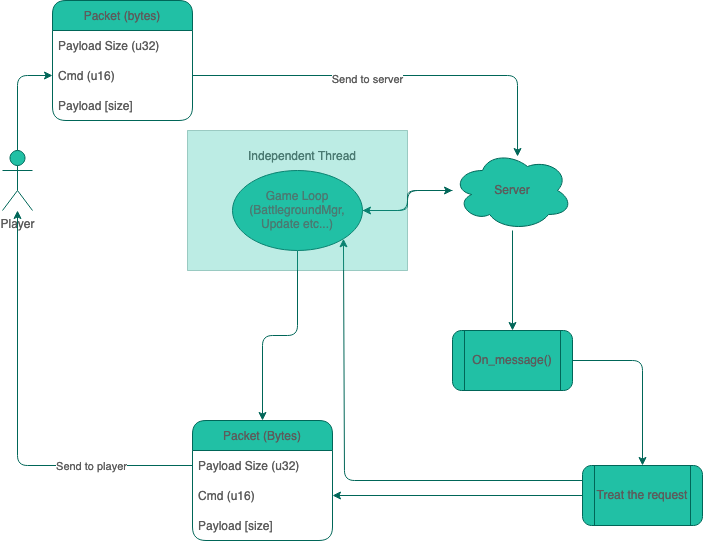
Before: doc/simple-description.png, a diagram exported from draw.io (netskillzgh/rollo). Source tidied: cells renumbered, new cells last; positions are measured from the earlier drawing's top-left corner, leaving out a move shared by most shapes. Source of this version:
```xml
<mxGraphModel>
  <root>
    <mxCell id="0" />
    <mxCell id="1" parent="0" />
    <mxCell id="2" style="edgeStyle=orthogonalEdgeStyle;jettySize=auto;html=1;entryX=0;entryY=0.5;entryDx=0;entryDy=0;strokeColor=#006658;fontColor=#5C5C5C;" parent="1" edge="1" source="3" target="9">
      <mxGeometry relative="1" as="geometry" />
    </mxCell>
    <mxCell id="3" value="Player" style="shape=umlActor;verticalLabelPosition=bottom;verticalAlign=top;html=1;outlineConnect=0;fillColor=#21C0A5;strokeColor=#006658;fontColor=#5C5C5C;rounded=1;" parent="1" vertex="1">
      <mxGeometry y="150" width="30" height="60" as="geometry" />
    </mxCell>
    <mxCell id="4" style="edgeStyle=orthogonalEdgeStyle;jettySize=auto;html=1;entryX=0.5;entryY=0;entryDx=0;entryDy=0;strokeColor=#006658;fontColor=#5C5C5C;" parent="1" edge="1" source="6" target="14">
      <mxGeometry relative="1" as="geometry" />
    </mxCell>
    <mxCell id="5" style="edgeStyle=orthogonalEdgeStyle;curved=0;rounded=1;sketch=0;jettySize=auto;html=1;fontColor=#5C5C5C;strokeColor=#006658;fillColor=#21C0A5;" parent="1" edge="1" source="6" target="26">
      <mxGeometry relative="1" as="geometry" />
    </mxCell>
    <mxCell id="6" value="Server" style="ellipse;shape=cloud;whiteSpace=wrap;html=1;fillColor=#21C0A5;strokeColor=#006658;fontColor=#5C5C5C;rounded=1;" parent="1" vertex="1">
      <mxGeometry x="450" y="150" width="120" height="80" as="geometry" />
    </mxCell>
    <mxCell id="7" value="Packet (bytes)" style="swimlane;fontStyle=0;horizontal=1;startSize=30;fillColor=#21C0A5;strokeColor=#006658;fontColor=#5C5C5C;rounded=1;" parent="1" vertex="1">
      <mxGeometry x="50" width="140" height="120" as="geometry" />
    </mxCell>
    <mxCell id="8" value="Payload Size (u32)" style="text;strokeColor=none;fillColor=none;align=left;verticalAlign=middle;spacingLeft=4;spacingRight=4;overflow=hidden;fontColor=#5C5C5C;rounded=1;" parent="7" vertex="1">
      <mxGeometry y="30" width="140" height="30" as="geometry" />
    </mxCell>
    <mxCell id="9" value="Cmd (u16)" style="text;strokeColor=none;fillColor=none;align=left;verticalAlign=middle;spacingLeft=4;spacingRight=4;overflow=hidden;points=[[0,0.5],[1,0.5]];portConstraint=eastwest;fontColor=#5C5C5C;rounded=1;" parent="7" vertex="1">
      <mxGeometry y="60" width="140" height="30" as="geometry" />
    </mxCell>
    <mxCell id="10" value="Payload [size]" style="text;strokeColor=none;fillColor=none;align=left;verticalAlign=middle;spacingLeft=4;spacingRight=4;overflow=hidden;fontColor=#5C5C5C;rounded=1;" parent="7" vertex="1">
      <mxGeometry y="90" width="140" height="30" as="geometry" />
    </mxCell>
    <mxCell id="11" style="edgeStyle=orthogonalEdgeStyle;jettySize=auto;html=1;entryX=0.542;entryY=0.075;entryDx=0;entryDy=0;entryPerimeter=0;strokeColor=#006658;fontColor=#5C5C5C;" parent="1" edge="1" source="9" target="6">
      <mxGeometry relative="1" as="geometry" />
    </mxCell>
    <mxCell id="12" value="Send to server" style="edgeLabel;html=1;align=center;verticalAlign=middle;fontColor=#5C5C5C;rounded=1;" parent="11" vertex="1">
      <mxGeometry x="-0.14" y="-3" relative="1" as="geometry" />
    </mxCell>
    <mxCell id="13" style="edgeStyle=orthogonalEdgeStyle;jettySize=auto;html=1;entryX=0.5;entryY=0;entryDx=0;entryDy=0;strokeColor=#006658;fontColor=#5C5C5C;" parent="1" edge="1" source="14" target="23">
      <mxGeometry relative="1" as="geometry" />
    </mxCell>
    <mxCell id="14" value="On_message()" style="shape=process;whiteSpace=wrap;html=1;backgroundOutline=1;fillColor=#21C0A5;strokeColor=#006658;fontColor=#5C5C5C;rounded=1;" parent="1" vertex="1">
      <mxGeometry x="450" y="330" width="120" height="60" as="geometry" />
    </mxCell>
    <mxCell id="15" value="Packet (Bytes)" style="swimlane;fontStyle=0;horizontal=1;startSize=30;fillColor=#21C0A5;strokeColor=#006658;fontColor=#5C5C5C;rounded=1;" parent="1" vertex="1">
      <mxGeometry x="190" y="420" width="140" height="120" as="geometry" />
    </mxCell>
    <mxCell id="16" value="Payload Size (u32)" style="text;strokeColor=none;fillColor=none;align=left;verticalAlign=middle;spacingLeft=4;spacingRight=4;overflow=hidden;points=[[0,0.5],[1,0.5]];portConstraint=eastwest;fontColor=#5C5C5C;rounded=1;" parent="15" vertex="1">
      <mxGeometry y="30" width="140" height="30" as="geometry" />
    </mxCell>
    <mxCell id="17" value="Cmd (u16)" style="text;strokeColor=none;fillColor=none;align=left;verticalAlign=middle;spacingLeft=4;spacingRight=4;overflow=hidden;points=[[0,0.5],[1,0.5]];portConstraint=eastwest;fontColor=#5C5C5C;rounded=1;" parent="15" vertex="1">
      <mxGeometry y="60" width="140" height="30" as="geometry" />
    </mxCell>
    <mxCell id="18" value="Payload [size]" style="text;strokeColor=none;fillColor=none;align=left;verticalAlign=middle;spacingLeft=4;spacingRight=4;overflow=hidden;fontColor=#5C5C5C;rounded=1;" parent="15" vertex="1">
      <mxGeometry y="90" width="140" height="30" as="geometry" />
    </mxCell>
    <mxCell id="19" style="edgeStyle=orthogonalEdgeStyle;jettySize=auto;html=1;strokeColor=#006658;fontColor=#5C5C5C;" parent="1" edge="1" source="16" target="3">
      <mxGeometry relative="1" as="geometry" />
    </mxCell>
    <mxCell id="20" value="Send to player" style="edgeLabel;html=1;align=center;verticalAlign=middle;fontColor=#5C5C5C;rounded=1;" parent="19" vertex="1">
      <mxGeometry x="-0.53" relative="1" as="geometry" />
    </mxCell>
    <mxCell id="21" style="edgeStyle=orthogonalEdgeStyle;jettySize=auto;html=1;entryX=1;entryY=0.5;entryDx=0;entryDy=0;strokeColor=#006658;fontColor=#5C5C5C;" parent="1" edge="1" source="23" target="17">
      <mxGeometry relative="1" as="geometry" />
    </mxCell>
    <mxCell id="22" style="edgeStyle=orthogonalEdgeStyle;curved=0;rounded=1;sketch=0;jettySize=auto;html=1;entryX=1;entryY=1;entryDx=0;entryDy=0;fontColor=#5C5C5C;strokeColor=#006658;fillColor=#21C0A5;" parent="1" edge="1" source="23" target="26">
      <mxGeometry relative="1" as="geometry">
        <Array as="points">
          <mxPoint x="342" y="480" />
        </Array>
      </mxGeometry>
    </mxCell>
    <mxCell id="23" value="Treat the request" style="shape=process;whiteSpace=wrap;html=1;backgroundOutline=1;fillColor=#21C0A5;strokeColor=#006658;fontColor=#5C5C5C;rounded=1;" parent="1" vertex="1">
      <mxGeometry x="580" y="465" width="120" height="60" as="geometry" />
    </mxCell>
    <mxCell id="24" style="edgeStyle=orthogonalEdgeStyle;curved=0;rounded=1;sketch=0;jettySize=auto;html=1;fontColor=#5C5C5C;strokeColor=#006658;fillColor=#21C0A5;" parent="1" edge="1" source="26" target="15">
      <mxGeometry relative="1" as="geometry" />
    </mxCell>
    <mxCell id="25" style="edgeStyle=orthogonalEdgeStyle;curved=0;rounded=1;sketch=0;jettySize=auto;html=1;fontColor=#5C5C5C;strokeColor=#006658;fillColor=#21C0A5;" parent="1" edge="1" source="26" target="6">
      <mxGeometry relative="1" as="geometry" />
    </mxCell>
    <mxCell id="26" value="&lt;div&gt;Game Loop &lt;br&gt;&lt;/div&gt;&lt;div&gt;(BattlegroundMgr, Update etc...)&lt;/div&gt;" style="ellipse;whiteSpace=wrap;html=1;rounded=1;fontColor=#5C5C5C;strokeColor=#006658;fillColor=#21C0A5;" parent="1" vertex="1">
      <mxGeometry x="230" y="170" width="130" height="80" as="geometry" />
    </mxCell>
    <mxCell id="27" value="Independent Thread" style="text;strokeColor=none;fillColor=none;align=center;verticalAlign=middle;spacingLeft=4;spacingRight=4;overflow=hidden;rounded=1;sketch=0;fontColor=#5C5C5C;opacity=30;" parent="1" vertex="1">
      <mxGeometry x="220" y="140" width="160" height="30" as="geometry" />
    </mxCell>
    <mxCell id="28" style="rounded=0;whiteSpace=wrap;html=1;sketch=0;fontColor=#5C5C5C;strokeColor=#006658;fillColor=#21C0A5;align=center;opacity=30;" parent="1" vertex="1">
      <mxGeometry x="185" y="130" width="220" height="140" as="geometry" />
    </mxCell>
  </root>
</mxGraphModel>
```
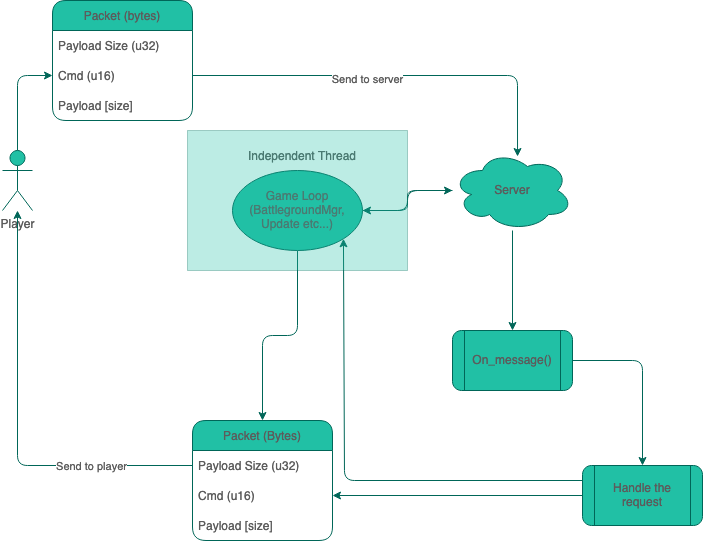
Above is the later version.

Diff of the diagram source:
```diff
@@ -69,7 +69,7 @@
         </Array>
       </mxGeometry>
     </mxCell>
-    <mxCell id="23" value="Treat the request" style="shape=process;whiteSpace=wrap;html=1;backgroundOutline=1;fillColor=#21C0A5;strokeColor=#006658;fontColor=#5C5C5C;rounded=1;" parent="1" vertex="1">
+    <mxCell id="23" value="Handle the request" style="shape=process;whiteSpace=wrap;html=1;backgroundOutline=1;fillColor=#21C0A5;strokeColor=#006658;fontColor=#5C5C5C;rounded=1;" parent="1" vertex="1">
       <mxGeometry x="580" y="465" width="120" height="60" as="geometry" />
     </mxCell>
     <mxCell id="24" style="edgeStyle=orthogonalEdgeStyle;curved=0;rounded=1;sketch=0;jettySize=auto;html=1;fontColor=#5C5C5C;strokeColor=#006658;fillColor=#21C0A5;" parent="1" edge="1" source="26" target="15">
```
